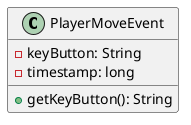
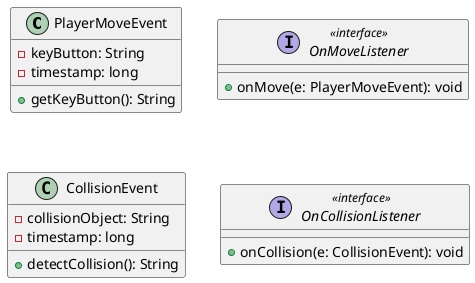
@startuml space-spiel-events
/'
events.puml: Space spiel UML class diagram for events.
Copyright (C) 2026  Vladyslav Tupikin
Contact: vladtupikin7@gmail.com

This program is free software: you can redistribute it and/or modify
it under the terms of the GNU General Public License as published by
the Free Software Foundation, either version 3 of the License, or
(at your option) any later version.

This program is distributed in the hope that it will be useful,
but WITHOUT ANY WARRANTY; without even the implied warranty of
MERCHANTABILITY or FITNESS FOR A PARTICULAR PURPOSE.  See the
GNU General Public License for more details.

You should have received a copy of the GNU General Public License
along with this program.  If not, see <https://www.gnu.org/licenses/>.
'/

class PlayerMoveEvent {
    - keyButton: String
    - timestamp: long
    + getKeyButton(): String
}

+ interface OnMoveListener <<interface>> {
+     + onMove(e: PlayerMoveEvent): void
+ }
+ 
+ class CollisionEvent {
+     - collisionObject: String
+     - timestamp: long
+     + detectCollision(): String
+ }
+ 
+ interface OnCollisionListener <<interface>> {
+     + onCollision(e: CollisionEvent): void
+ }
+ 
@enduml
